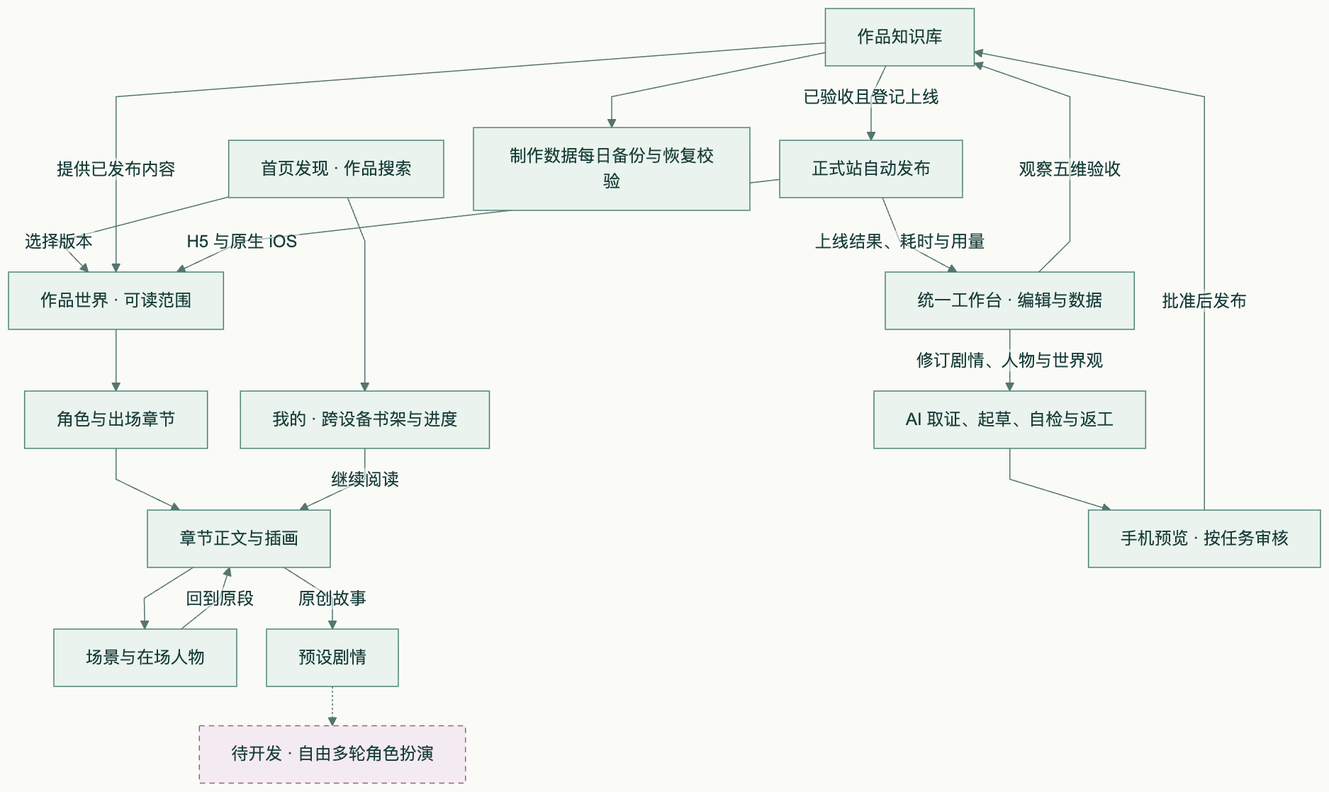
Before: docs/diagrams/product.png, a diagram exported from Mermaid (bluedao10000/player). Its source is kept beside it as docs/diagrams/product.mmd.
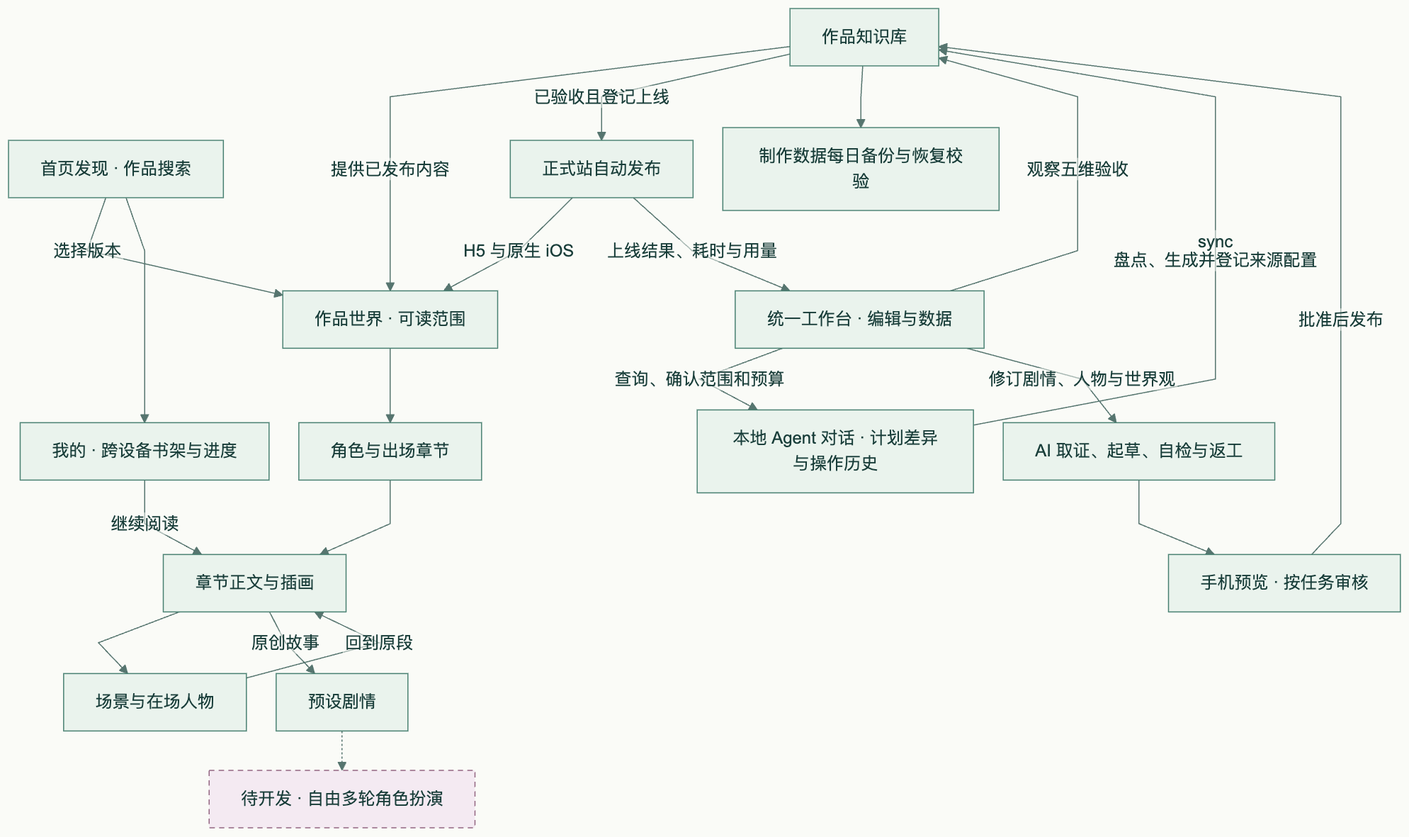
Later version of the same file.

What changed in the source:
```diff
@@ -8,6 +8,8 @@
     play -.-> future["待开发 · 自由多轮角色扮演"]
     catalog["作品知识库"] -->|提供已发布内容| world
     desk["统一工作台 · 编辑与数据"] -->|观察五维验收| catalog
+    desk -->|查询、确认范围和预算| chat["本地 Agent 对话 · 计划差异与操作历史"]
+    chat -->|sync 盘点、生成并登记来源配置| catalog
     desk -->|修订剧情、人物与世界观| edit["AI 取证、起草、自检与返工"]
     edit --> review["手机预览 · 按任务审核"]
     review -->|批准后发布| catalog
```
